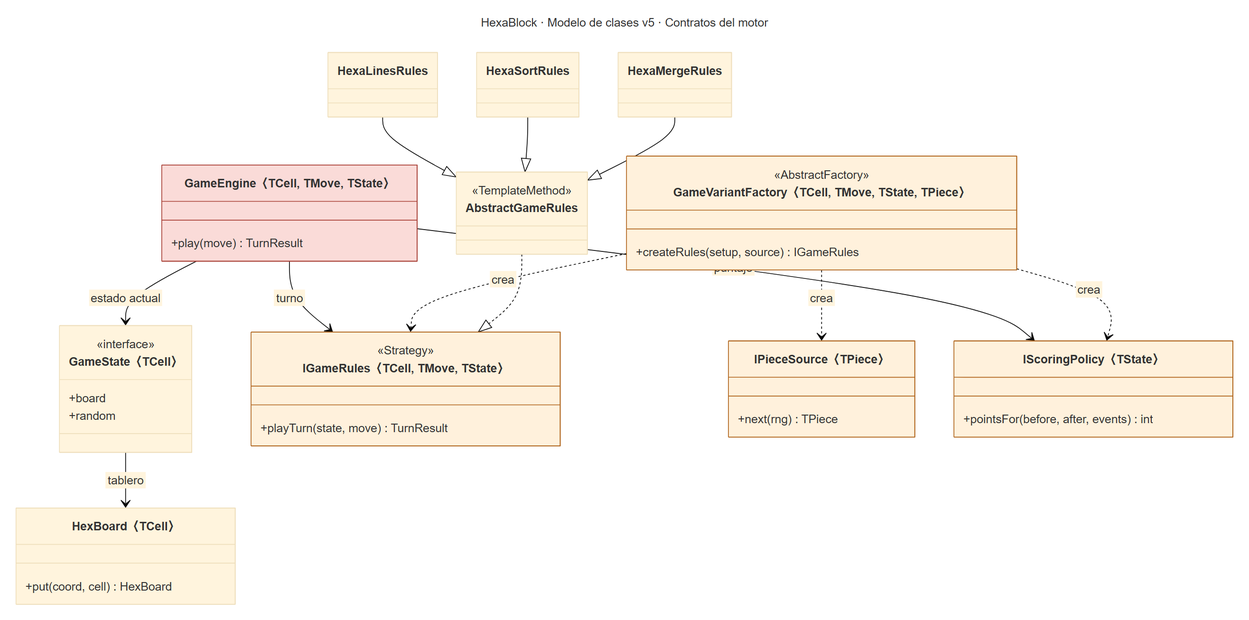
hexablock-g5-ucab/hexablock-app keeps this Mermaid diagram as docs/diagrams/00-overview.png. Above is the earlier version. Its source is kept beside it as docs/diagrams/00-overview.mmd.
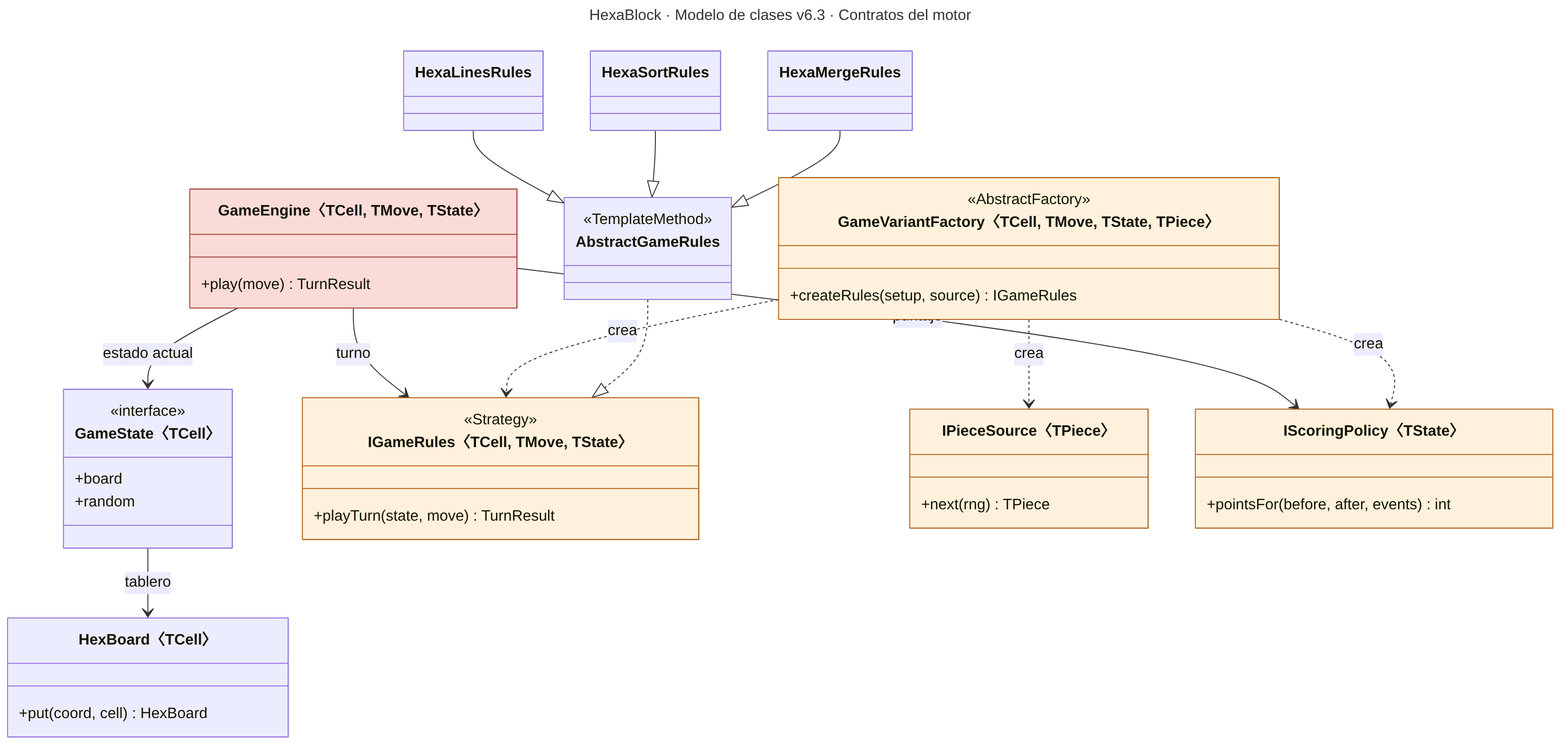
Later version of the same file.

Change to the diagram source:
```diff
@@ -1,5 +1,5 @@
 ---
-title: "HexaBlock · Modelo de clases v5 · Contratos del motor"
+title: "HexaBlock · Modelo de clases v6.3 · Contratos del motor"
 ---
 classDiagram
   direction TB
```
